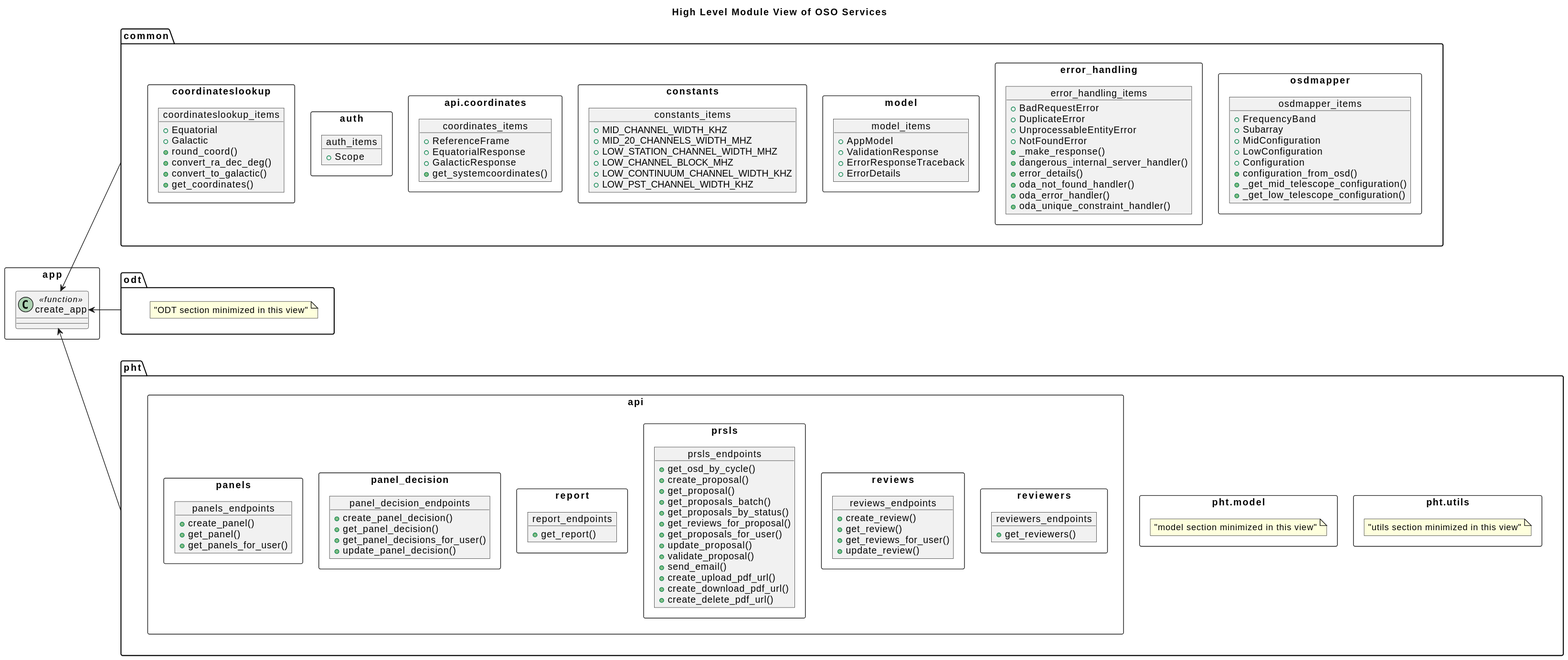
The PlantUML diagram docs/src/internal/diagrams/module_top_view.svg in ska-telescope/ska-oso-services, before a commit. Source of this version:
```plantuml
@startuml
top to bottom direction

title High Level Module View of OSO Services

package "common" as common_pkg {

    package "constants" <<Rectangle>> {
      object constants_items {
        + MID_CHANNEL_WIDTH_KHZ
        + MID_20_CHANNELS_WIDTH_MHZ
        + LOW_STATION_CHANNEL_WIDTH_MHZ
        + LOW_CHANNEL_BLOCK_MHZ
        + LOW_CONTINUUM_CHANNEL_WIDTH_KHZ
        + LOW_PST_CHANNEL_WIDTH_KHZ
      }
    }

    package "api.coordinates" <<Rectangle>> {
      object coordinates_items {
          + ReferenceFrame
          + EquatorialResponse
          + GalacticResponse
          + get_systemcoordinates()
      }
    }

    package "auth" <<Rectangle>> {
        object auth_items {
          + Scope
      }
    }

    package "coordinateslookup" <<Rectangle>> {
        object coordinateslookup_items {
          + Equatorial
          + Galactic
          + round_coord()
          + convert_ra_dec_deg()
          + convert_to_galactic()
          + get_coordinates()
        }
    }

    package "error_handling" <<Rectangle>> {
        object error_handling_items {
          + BadRequestError
          + DuplicateError
          + UnprocessableEntityError
          + NotFoundError
          + _make_response()
          + dangerous_internal_server_handler()
          + error_details()
          + oda_not_found_handler()
          + oda_error_handler()
          + oda_unique_constraint_handler()
        }
    }

    package "model" <<Rectangle>> {
        object model_items {
          + AppModel
          + ValidationResponse
          + ErrorResponseTraceback
          + ErrorDetails
      }
    }

    package "osdmapper" <<Rectangle>> {
        object osdmapper_items {
          + FrequencyBand
          + Subarray
          + MidConfiguration
          + LowConfiguration
          + Configuration
          + configuration_from_osd()
          + _get_mid_telescope_configuration()
          + _get_low_telescope_configuration()
        }
    }
}

package "odt" as odt_pkg {
    note as odt_note
    "ODT section minimized in this view"
    end note
}

package "pht" as pht_pkg {
    package "api" <<Rectangle>> {
        package "panel_decision" <<Rectangle>> {
          object panel_decision_endpoints {
            + create_panel_decision()
            + get_panel_decision()
            + get_panel_decisions_for_user()
            + update_panel_decision()
          }
        }

      package "panels" <<Rectangle>> {
        object panels_endpoints {
          + create_panel()
          + get_panel()
          + get_panels_for_user()
        }
      }

      package "prsls" <<Rectangle>> {
        object prsls_endpoints {
          + get_osd_by_cycle()
          + create_proposal()
          + get_proposal()
          + get_proposals_batch()
          + get_proposals_by_status()
          + get_reviews_for_proposal()
          + get_proposals_for_user()
          + update_proposal()
          + validate_proposal()
          + send_email()
          + create_upload_pdf_url()
          + create_download_pdf_url()
          + create_delete_pdf_url()
        }
      }

      package "report" <<Rectangle>> {
        object report_endpoints {
          + get_report()
        }
      }

      package "reviewers" <<Rectangle>> {
        object reviewers_endpoints {
          + get_reviewers()
        }
      }

      package "reviews" <<Rectangle>> {
        object reviews_endpoints {
          + create_review()
          + get_review()
          + get_reviews_for_user()
          + update_review()
        }
      }

    }

    package "pht.utils" <<Rectangle>> {
      note as utils_note
      "utils section minimized in this view"
      end note
    }

    package "pht.model" <<Rectangle>> {
      note as model_note
      "model section minimized in this view"
      end note
    }

}

common_pkg -down[hidden]- odt_pkg
common_pkg -down[hidden]- odt_pkg
odt_pkg -down[hidden]- pht_pkg
odt_pkg -down[hidden]- pht_pkg

package "app" <<Rectangle>> {
    class create_app <<function>>
}


common_pkg -down-> app.create_app
pht_pkg -up-> app.create_app
odt_pkg -left-> app.create_app
@enduml
```
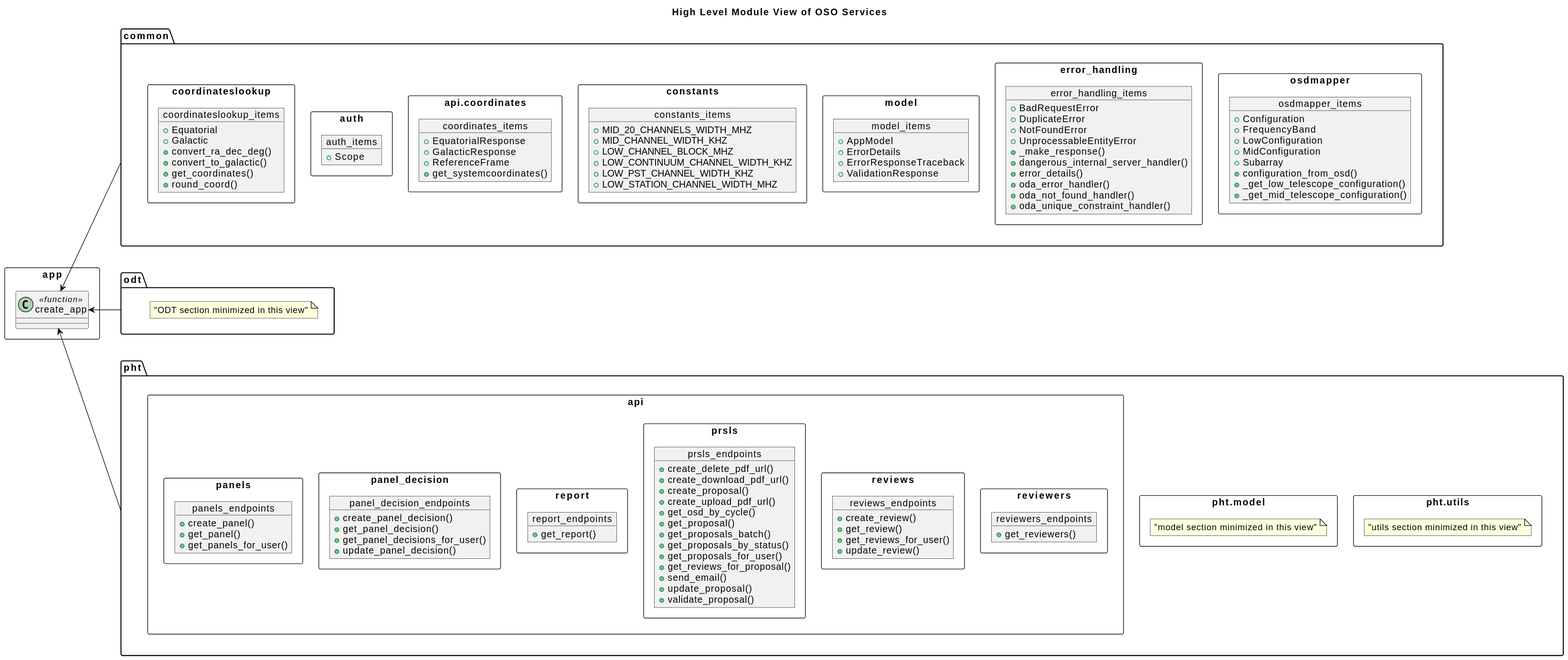
The same file after the commit.

The edit, as a diff of the source:
```diff
@@ -7,20 +7,20 @@
 
     package "constants" <<Rectangle>> {
       object constants_items {
+        + MID_20_CHANNELS_WIDTH_MHZ
         + MID_CHANNEL_WIDTH_KHZ
-        + MID_20_CHANNELS_WIDTH_MHZ
-        + LOW_STATION_CHANNEL_WIDTH_MHZ
         + LOW_CHANNEL_BLOCK_MHZ
         + LOW_CONTINUUM_CHANNEL_WIDTH_KHZ
         + LOW_PST_CHANNEL_WIDTH_KHZ
+        + LOW_STATION_CHANNEL_WIDTH_MHZ
       }
     }
 
     package "api.coordinates" <<Rectangle>> {
       object coordinates_items {
-          + ReferenceFrame
           + EquatorialResponse
           + GalacticResponse
+          + ReferenceFrame
           + get_systemcoordinates()
       }
     }
@@ -35,10 +35,10 @@
         object coordinateslookup_items {
           + Equatorial
           + Galactic
-          + round_coord()
           + convert_ra_dec_deg()
           + convert_to_galactic()
           + get_coordinates()
+          + round_coord()
         }
     }
 
@@ -46,13 +46,13 @@
         object error_handling_items {
           + BadRequestError
           + DuplicateError
+          + NotFoundError
           + UnprocessableEntityError
-          + NotFoundError
           + _make_response()
           + dangerous_internal_server_handler()
           + error_details()
+          + oda_error_handler()
           + oda_not_found_handler()
-          + oda_error_handler()
           + oda_unique_constraint_handler()
         }
     }
@@ -60,22 +60,22 @@
     package "model" <<Rectangle>> {
         object model_items {
           + AppModel
+          + ErrorDetails
+          + ErrorResponseTraceback
           + ValidationResponse
-          + ErrorResponseTraceback
-          + ErrorDetails
       }
     }
 
     package "osdmapper" <<Rectangle>> {
         object osdmapper_items {
+          + Configuration
           + FrequencyBand
+          + LowConfiguration
+          + MidConfiguration
           + Subarray
-          + MidConfiguration
-          + LowConfiguration
-          + Configuration
           + configuration_from_osd()
+          + _get_low_telescope_configuration()
           + _get_mid_telescope_configuration()
-          + _get_low_telescope_configuration()
         }
     }
 }
@@ -107,19 +107,19 @@
 
       package "prsls" <<Rectangle>> {
         object prsls_endpoints {
+          + create_delete_pdf_url()
+          + create_download_pdf_url()
+          + create_proposal()
+          + create_upload_pdf_url()
           + get_osd_by_cycle()
-          + create_proposal()
           + get_proposal()
           + get_proposals_batch()
           + get_proposals_by_status()
+          + get_proposals_for_user()
           + get_reviews_for_proposal()
-          + get_proposals_for_user()
+          + send_email()
           + update_proposal()
           + validate_proposal()
-          + send_email()
-          + create_upload_pdf_url()
-          + create_download_pdf_url()
-          + create_delete_pdf_url()
         }
       }
 
```
